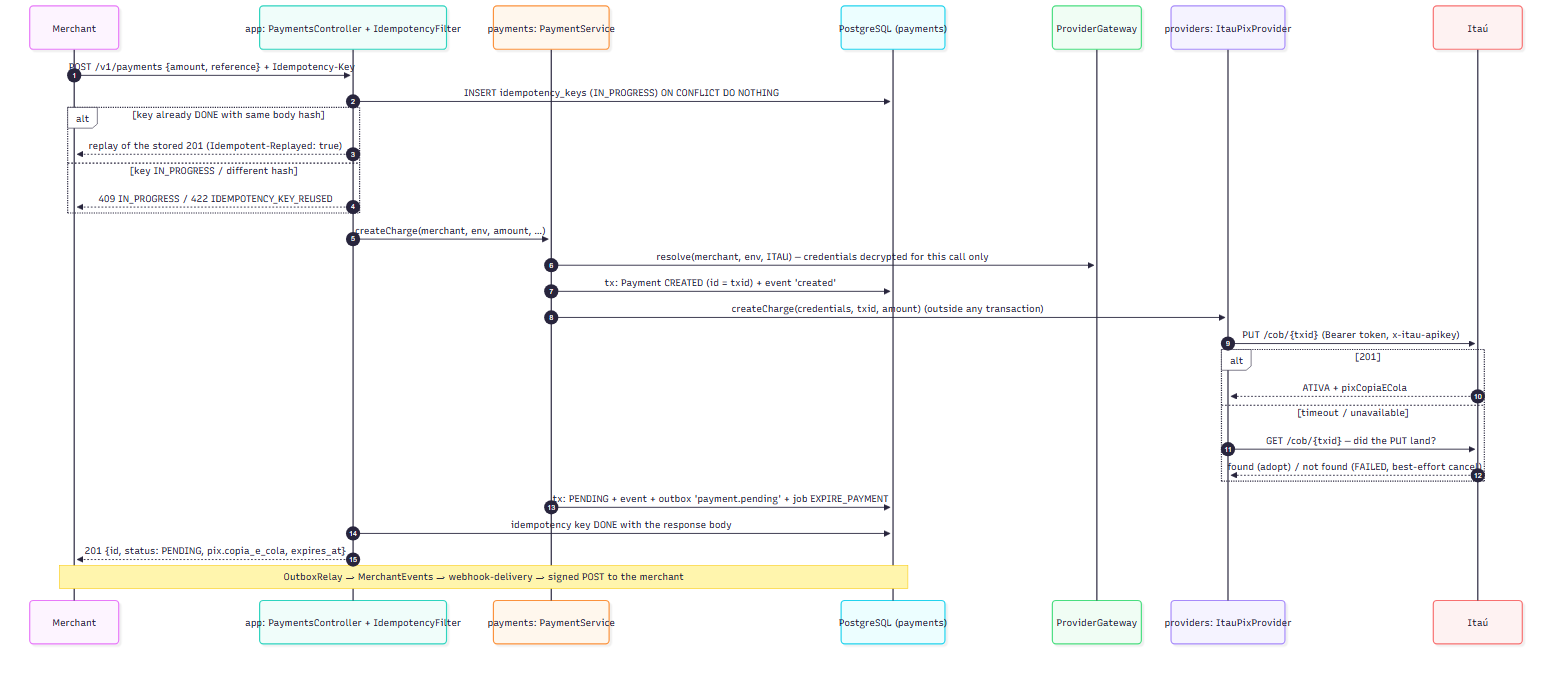
Before: docs/diagrams/create-charge.png, a diagram exported from Mermaid (leonardolermen/payment-gateway). Its source is kept beside it as docs/diagrams/create-charge.mmd.
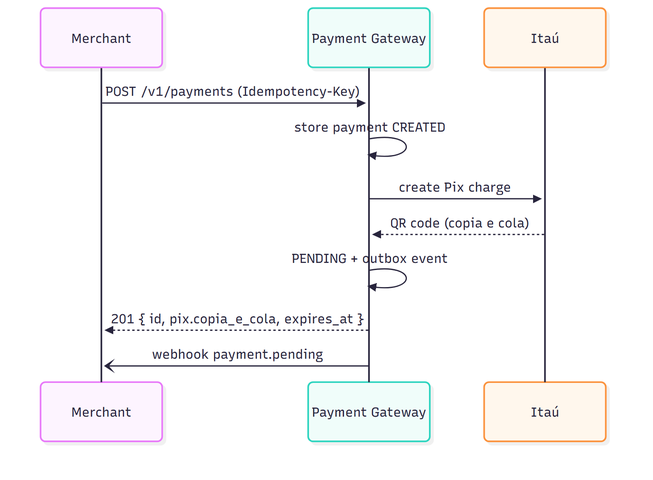
Above is the later version.

Diff of the diagram source:
```diff
@@ -1,32 +1,12 @@
 sequenceDiagram
-  autonumber
   participant M as Merchant
-  participant API as app: PaymentsController + IdempotencyFilter
-  participant PS as payments: PaymentService
-  participant DB as PostgreSQL (payments)
-  participant PG as ProviderGateway
-  participant IT as providers: ItauPixProvider
-  participant BANK as Itaú
+  participant GW as Payment Gateway
+  participant B as Itaú
 
-  M->>API: POST /v1/payments {amount, reference} + Idempotency-Key
-  API->>DB: INSERT idempotency_keys (IN_PROGRESS) ON CONFLICT DO NOTHING
-  alt key already DONE with same body hash
-    API-->>M: replay of the stored 201 (Idempotent-Replayed: true)
-  else key IN_PROGRESS / different hash
-    API-->>M: 409 IN_PROGRESS / 422 IDEMPOTENCY_KEY_REUSED
-  end
-  API->>PS: createCharge(merchant, env, amount, …)
-  PS->>PG: resolve(merchant, env, ITAU) — credentials decrypted for this call only
-  PS->>DB: tx: Payment CREATED (id = txid) + event 'created'
-  PS->>IT: createCharge(credentials, txid, amount)  (outside any transaction)
-  IT->>BANK: PUT /cob/{txid}  (Bearer token, x-itau-apikey)
-  alt 201
-    BANK-->>IT: ATIVA + pixCopiaECola
-  else timeout / unavailable
-    IT->>BANK: GET /cob/{txid} — did the PUT land?
-    BANK-->>IT: found (adopt) / not found (FAILED, best-effort cancel)
-  end
-  PS->>DB: tx: PENDING + event + outbox 'payment.pending' + job EXPIRE_PAYMENT
-  API->>DB: idempotency key DONE with the response body
-  API-->>M: 201 {id, status: PENDING, pix.copia_e_cola, expires_at}
-  Note over DB,M: OutboxRelay → MerchantEvents → webhook-delivery → signed POST to the merchant
+  M->>GW: POST /v1/payments (Idempotency-Key)
+  GW->>GW: store payment CREATED
+  GW->>B: create Pix charge
+  B-->>GW: QR code (copia e cola)
+  GW->>GW: PENDING + outbox event
+  GW-->>M: 201 { id, pix.copia_e_cola, expires_at }
+  GW-)M: webhook payment.pending
```
